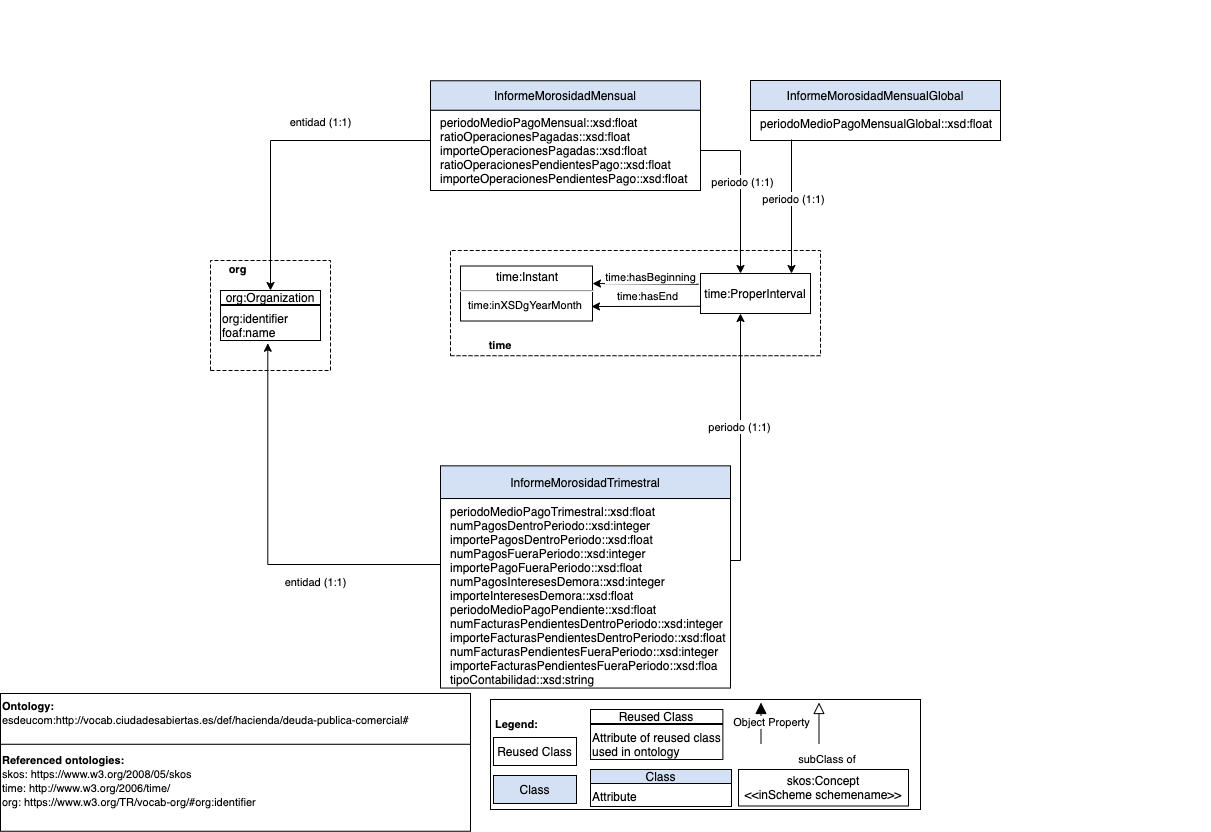
Earlier version of the draw.io export OnToology/ontology/deudaPublicaComercial.owl/documentation/resources/images/modeloConceptual.png (leticiarubalcabadg/vocab-economia-deuda-comercial). Source tidied: cells renumbered, new cells last; positions are measured from the earlier drawing's top-left corner, leaving out a move shared by most shapes.
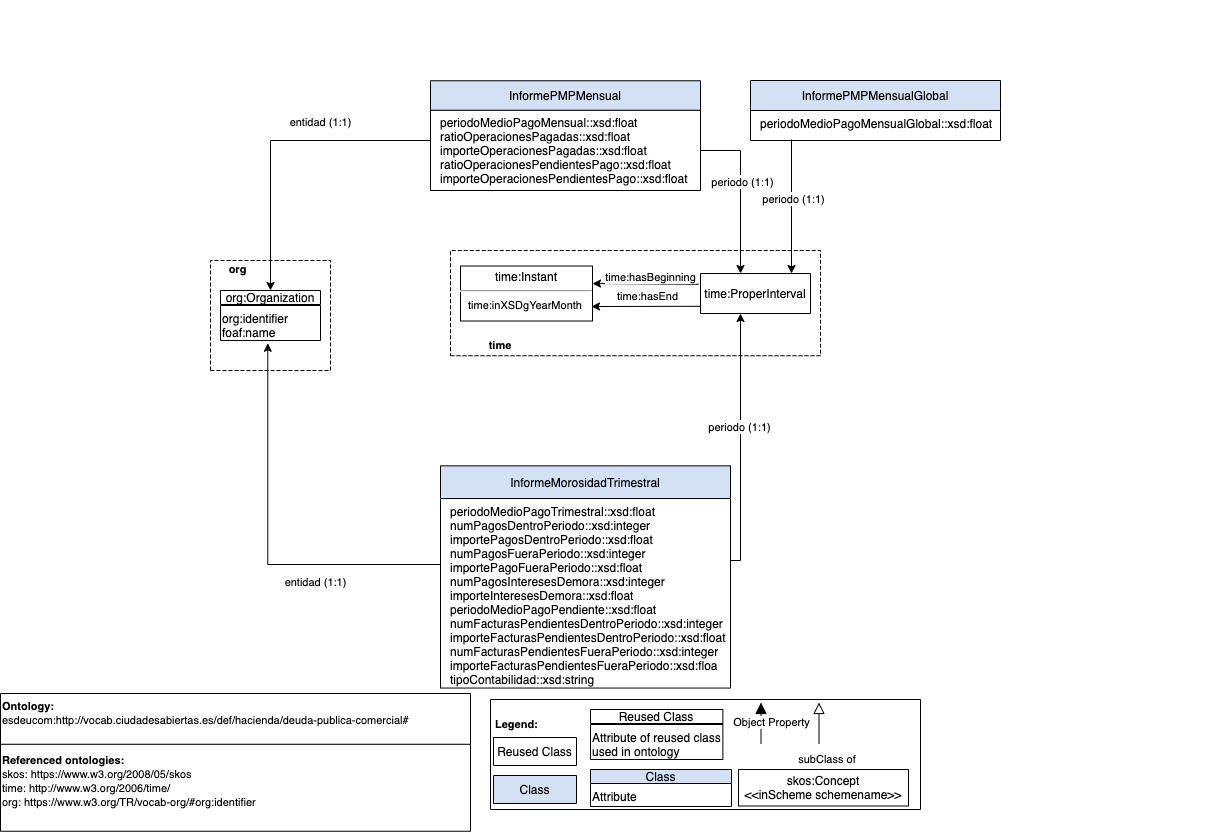
Above is the later version.

What changed in the source:
```diff
@@ -175,7 +175,7 @@
         <mxPoint x="37.2" y="18" as="offset" />
       </mxGeometry>
     </mxCell>
-    <mxCell id="41" value="&lt;font style=&quot;font-size: 12px ; color: rgb(0 , 0 , 0) ; direction: ltr ; letter-spacing: 0px ; line-height: 120% ; opacity: 1&quot;&gt;InformeMorosidadMensualGlobal&lt;br&gt;&lt;/font&gt;" style="verticalAlign=middle;align=center;vsdxID=334;fillColor=#D4E1F5;gradientColor=none;shape=(stored shape, 160 characters);labelBackgroundColor=none;rounded=0;html=1;whiteSpace=wrap;" parent="1" vertex="1">
+    <mxCell id="41" value="&lt;font style=&quot;font-size: 12px ; color: rgb(0 , 0 , 0) ; direction: ltr ; letter-spacing: 0px ; line-height: 120% ; opacity: 1&quot;&gt;InformePMPMensualGlobal&lt;br&gt;&lt;/font&gt;" style="verticalAlign=middle;align=center;vsdxID=334;fillColor=#D4E1F5;gradientColor=none;shape=(stored shape, 160 characters);labelBackgroundColor=none;rounded=0;html=1;whiteSpace=wrap;" parent="1" vertex="1">
       <mxGeometry x="750" y="80" width="250" height="30" as="geometry" />
     </mxCell>
     <mxCell id="42" value="&lt;p style=&quot;margin: 0px 0px 0px 8px&quot;&gt;periodoMedioPagoMensualGlobal::xsd:float&lt;/p&gt;&lt;div&gt;&lt;br&gt;&lt;/div&gt;" style="verticalAlign=top;align=left;vsdxID=335;fillColor=#FFFFFF;gradientColor=none;shape=(stored shape, 160 characters);labelBackgroundColor=none;rounded=0;html=1;whiteSpace=wrap;" parent="1" vertex="1">
@@ -195,7 +195,7 @@
         <mxPoint x="3" y="2" as="offset" />
       </mxGeometry>
     </mxCell>
-    <mxCell id="45" value="&lt;font style=&quot;font-size: 12px ; color: rgb(0 , 0 , 0) ; direction: ltr ; letter-spacing: 0px ; line-height: 120% ; opacity: 1&quot;&gt;InformeMorosidadMensual&lt;br&gt;&lt;/font&gt;" style="verticalAlign=middle;align=center;vsdxID=334;fillColor=#D4E1F5;gradientColor=none;shape=(stored shape, 160 characters);labelBackgroundColor=none;rounded=0;html=1;whiteSpace=wrap;" parent="1" vertex="1">
+    <mxCell id="45" value="&lt;font style=&quot;font-size: 12px ; color: rgb(0 , 0 , 0) ; direction: ltr ; letter-spacing: 0px ; line-height: 120% ; opacity: 1&quot;&gt;InformePMPMensual&lt;br&gt;&lt;/font&gt;" style="verticalAlign=middle;align=center;vsdxID=334;fillColor=#D4E1F5;gradientColor=none;shape=(stored shape, 160 characters);labelBackgroundColor=none;rounded=0;html=1;whiteSpace=wrap;" parent="1" vertex="1">
       <mxGeometry x="430" y="80.3" width="270" height="29.5" as="geometry" />
     </mxCell>
   </root>
```
